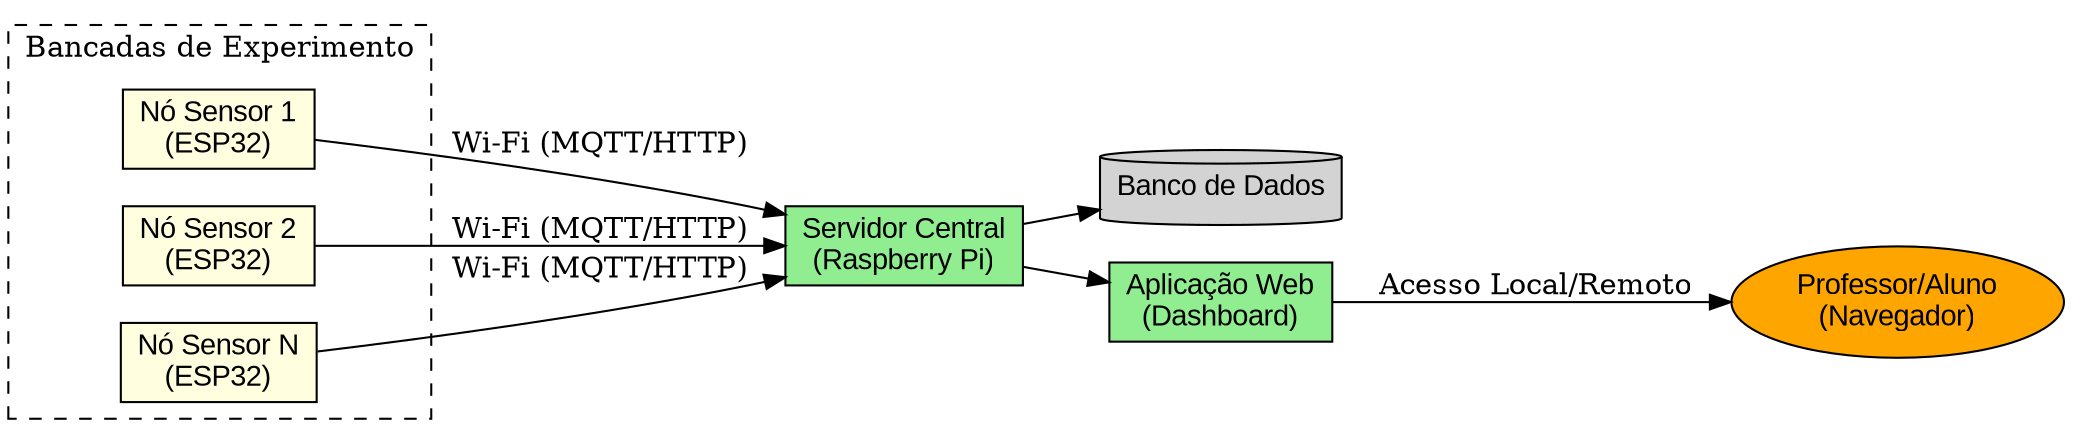
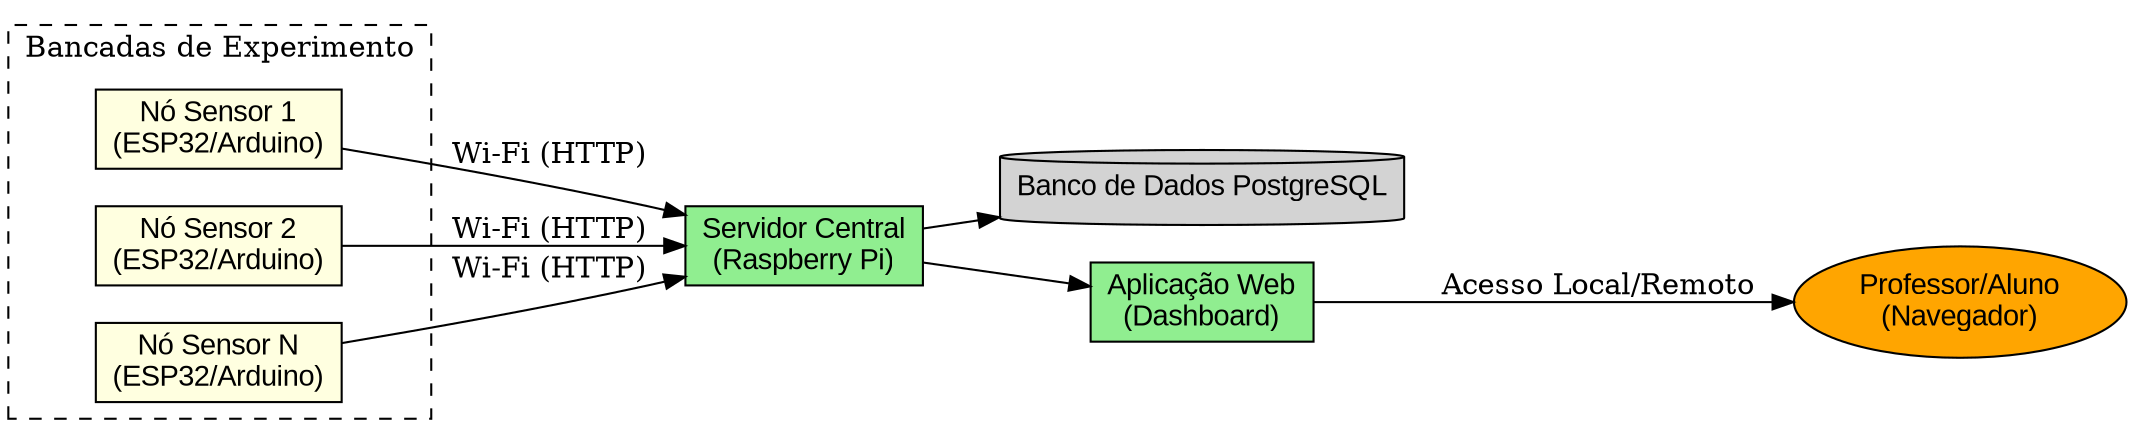
digraph G {
    rankdir=LR;
    node [shape=box, style=filled, fillcolor=lightblue, fontname="Arial"];

    subgraph cluster_0 {
        label = "Bancadas de Experimento";
        style=dashed;
-         node1 [label="Nó Sensor 1\n(ESP32)", fillcolor=lightyellow];
-         node2 [label="Nó Sensor 2\n(ESP32)", fillcolor=lightyellow];
-         nodeN [label="Nó Sensor N\n(ESP32)", fillcolor=lightyellow];
+         node1 [label="Nó Sensor 1\n(ESP32/Arduino)", fillcolor=lightyellow];
+         node2 [label="Nó Sensor 2\n(ESP32/Arduino)", fillcolor=lightyellow];
+         nodeN [label="Nó Sensor N\n(ESP32/Arduino)", fillcolor=lightyellow];
    }

    server [label="Servidor Central\n(Raspberry Pi)", fillcolor=lightgreen];
-     db [label="Banco de Dados", shape=cylinder, fillcolor=lightgray];
+     db [label="Banco de Dados PostgreSQL", shape=cylinder, fillcolor=lightgray];
    web [label="Aplicação Web\n(Dashboard)", fillcolor=lightgreen];
    user [label="Professor/Aluno\n(Navegador)", shape=ellipse, fillcolor=orange];

-     node1 -> server [label="Wi-Fi (MQTT/HTTP)"];
-     node2 -> server [label="Wi-Fi (MQTT/HTTP)"];
-     nodeN -> server [label="Wi-Fi (MQTT/HTTP)"];
+     node1 -> server [label="Wi-Fi (HTTP)"];
+     node2 -> server [label="Wi-Fi (HTTP)"];
+     nodeN -> server [label="Wi-Fi (HTTP)"];

    server -> db;
    server -> web;
    web -> user [label="Acesso Local/Remoto"];
}
